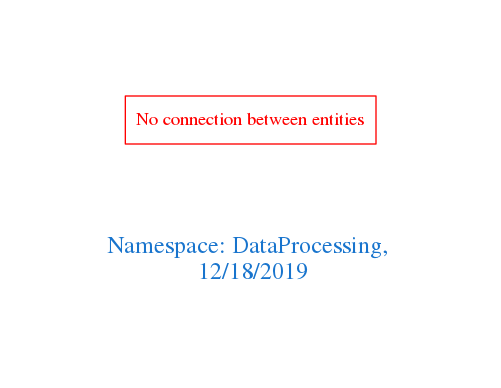
Earlier version of the Graphviz export downloads/DataProcessing.png (arago/OGIT). Its source is kept beside it as downloads/DataProcessing.dot.
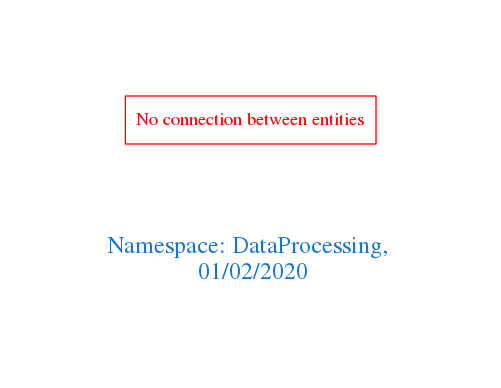
Above is the later version.

Change to the diagram source:
```diff
@@ -1,7 +1,7 @@
 digraph OGIT_ontology {
  graph [ rankdir= LR,pad=1
 fontsize = 18,
-fontcolor= dodgerblue3,label = "\n\n\nNamespace: DataProcessing, \n 12/18/2019"];
+fontcolor= dodgerblue3,label = "\n\n\nNamespace: DataProcessing, \n 01/02/2020"];
 node[shape=polygon];
 edge [  color="gray81"];
 
```
